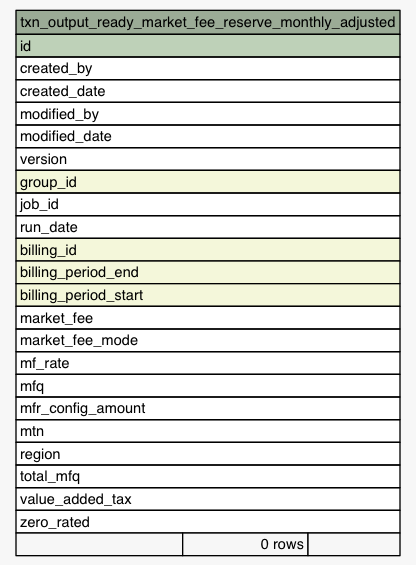
Above: Data/settlement/diagrams/summary/txn_output_ready_market_fee_reserve_monthly_adjusted.1degree.png in eyana-m/python-data-dictionary-writer (Graphviz), before the change. Its source is kept beside it as Data/settlement/diagrams/summary/txn_output_ready_market_fee_reserve_monthly_adjusted.1degree.dot.
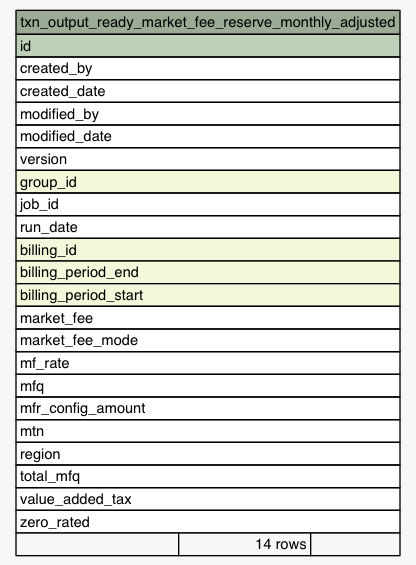
After the commit.

What changed in the source:
```diff
@@ -41,7 +41,7 @@
       <TR><TD PORT="total_mfq" COLSPAN="3" ALIGN="LEFT">total_mfq</TD></TR>
       <TR><TD PORT="value_added_tax" COLSPAN="3" ALIGN="LEFT">value_added_tax</TD></TR>
       <TR><TD PORT="zero_rated" COLSPAN="3" ALIGN="LEFT">zero_rated</TD></TR>
-      <TR><TD ALIGN="LEFT" BGCOLOR="#f7f7f7">  </TD><TD ALIGN="RIGHT" BGCOLOR="#f7f7f7">0 rows</TD><TD ALIGN="RIGHT" BGCOLOR="#f7f7f7">  </TD></TR>
+      <TR><TD ALIGN="LEFT" BGCOLOR="#f7f7f7">  </TD><TD ALIGN="RIGHT" BGCOLOR="#f7f7f7">14 rows</TD><TD ALIGN="RIGHT" BGCOLOR="#f7f7f7">  </TD></TR>
     </TABLE>>
     URL="tables/txn_output_ready_market_fee_reserve_monthly_adjusted.html"
     tooltip="txn_output_ready_market_fee_reserve_monthly_adjusted"
```
